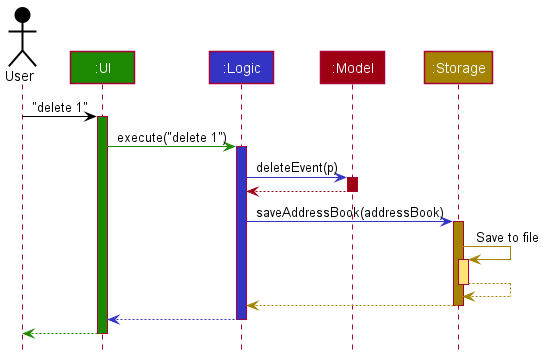
The PlantUML diagram docs/images/ArchitectureSequenceDiagram.png in ruthpohrp/tp, before a commit. Source of this version:
```plantuml
@startuml
!include style.puml

Actor User as user USER_COLOR
Participant ":UI" as ui UI_COLOR
Participant ":Logic" as logic LOGIC_COLOR
Participant ":Model" as model MODEL_COLOR
Participant ":Storage" as storage STORAGE_COLOR

user -[USER_COLOR]> ui : "delete 1"
activate ui UI_COLOR

ui -[UI_COLOR]> logic : execute("delete 1")
activate logic LOGIC_COLOR

logic -[LOGIC_COLOR]> model : deleteEvent(p)
activate model MODEL_COLOR

model -[MODEL_COLOR]-> logic
deactivate model

logic -[LOGIC_COLOR]> storage : saveAddressBook(addressBook)
activate storage STORAGE_COLOR

storage -[STORAGE_COLOR]> storage : Save to file
activate storage STORAGE_COLOR_T1
storage --[STORAGE_COLOR]> storage
deactivate storage

storage --[STORAGE_COLOR]> logic
deactivate storage

logic --[LOGIC_COLOR]> ui
deactivate logic

ui--[UI_COLOR]> user
deactivate ui
@enduml
```
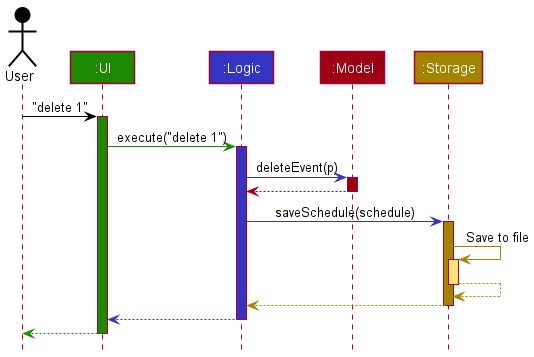
After the change.

Change to the diagram source:
```diff
@@ -19,7 +19,7 @@
 model -[MODEL_COLOR]-> logic
 deactivate model
 
-logic -[LOGIC_COLOR]> storage : saveAddressBook(addressBook)
+logic -[LOGIC_COLOR]> storage : saveSchedule(schedule)
 activate storage STORAGE_COLOR
 
 storage -[STORAGE_COLOR]> storage : Save to file
```
